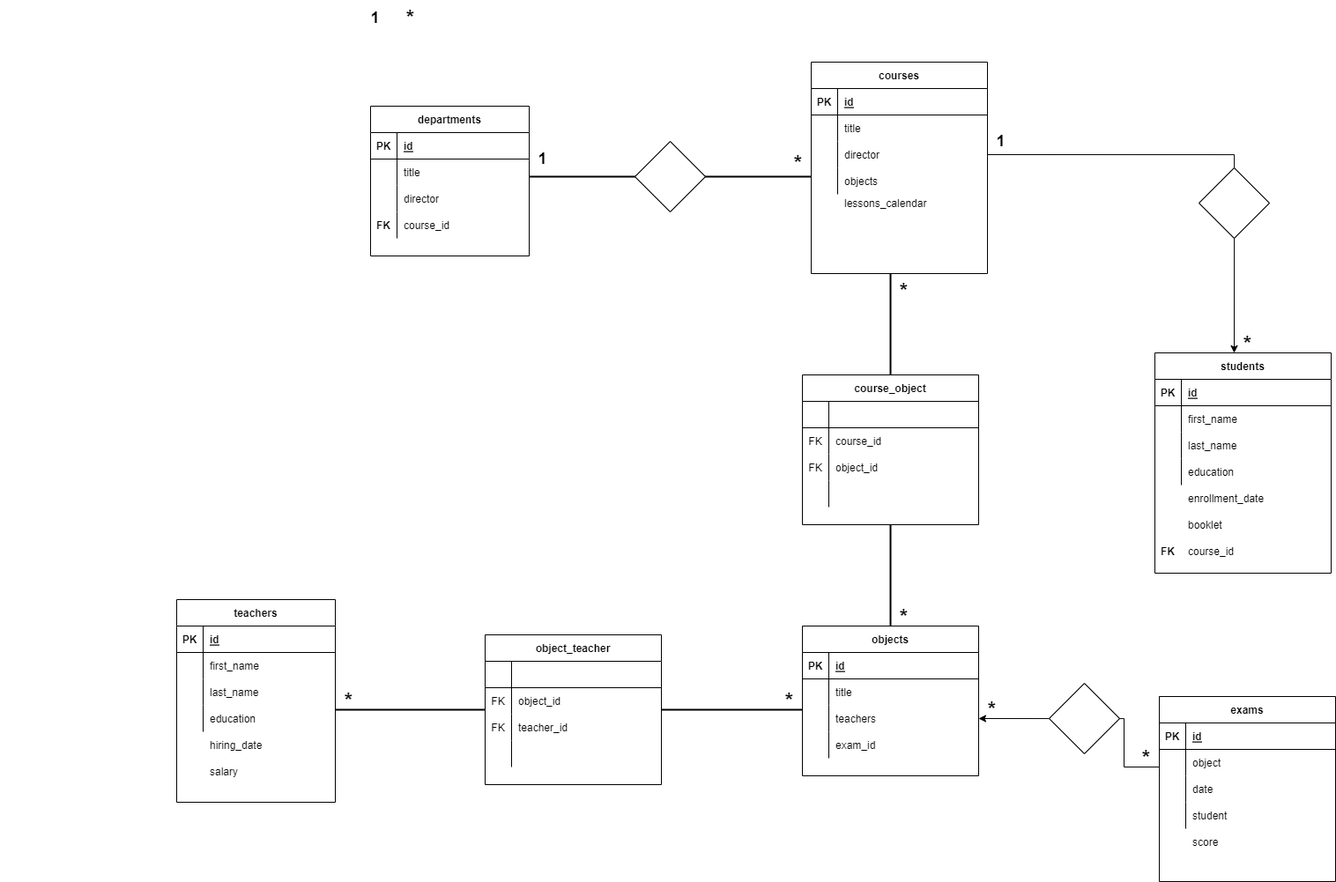
Before: db-university.png, a diagram exported from draw.io (marcocalligaris/db-university). Source tidied: cells renumbered, new cells last; positions are measured from the earlier drawing's top-left corner, leaving out a move shared by most shapes.
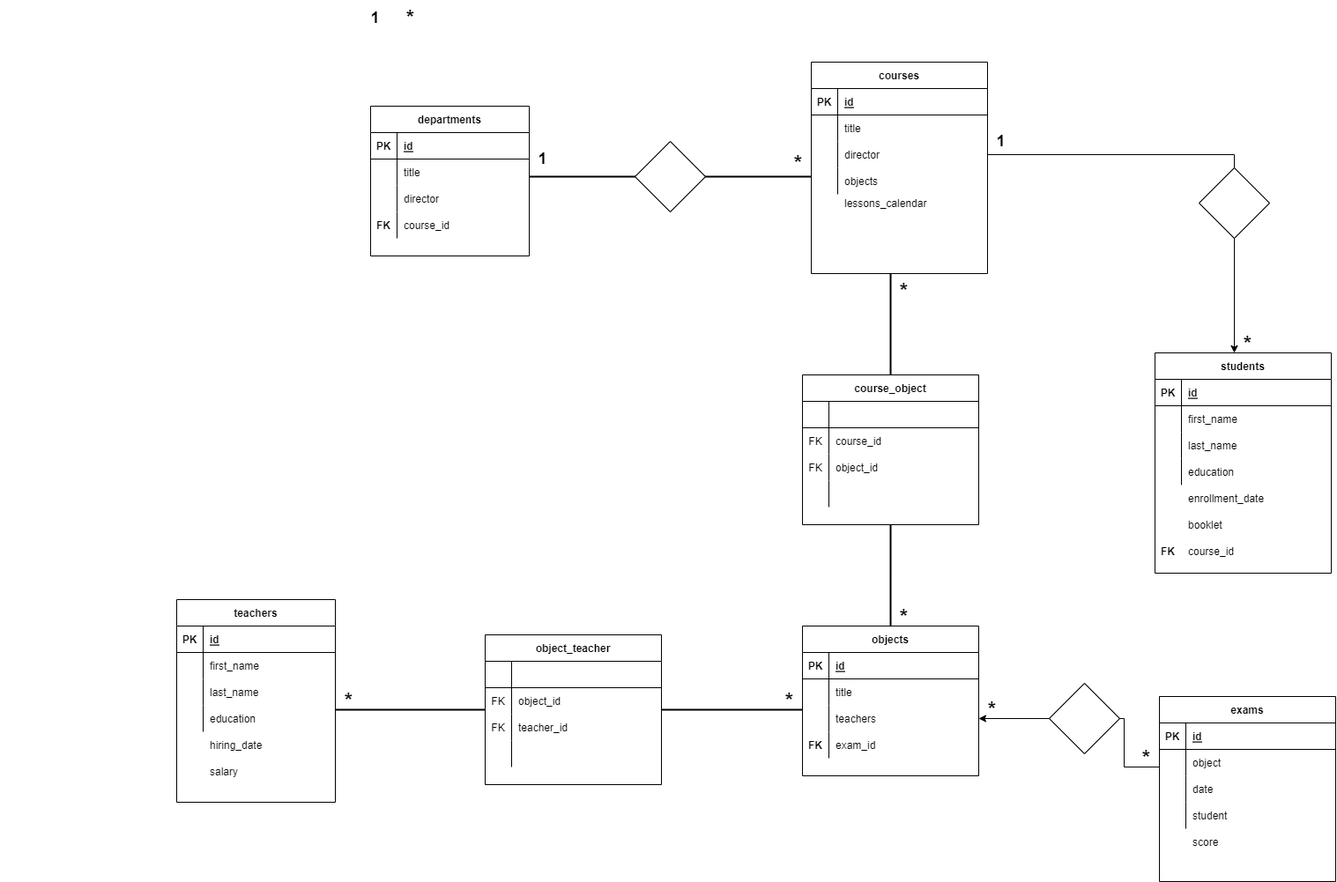
The same file after the commit.

Diff of the diagram source:
```diff
@@ -431,5 +431,8 @@
     <mxCell id="141" value="&lt;b&gt;&lt;font style=&quot;font-size: 24px;&quot;&gt;*&lt;/font&gt;&lt;/b&gt;" style="text;html=1;align=center;verticalAlign=middle;fillColor=none;strokeColor=none;rounded=0;fontSize=18;" parent="1" vertex="1">
       <mxGeometry x="1285" y="840" width="30" height="40" as="geometry" />
     </mxCell>
+    <mxCell id="142" value="FK" style="shape=partialRectangle;fillColor=none;top=0;left=0;bottom=0;right=0;fontStyle=1;overflow=hidden;" parent="1" vertex="1">
+      <mxGeometry x="910" y="830" width="30" height="30" as="geometry" />
+    </mxCell>
   </root>
 </mxGraphModel>
```
